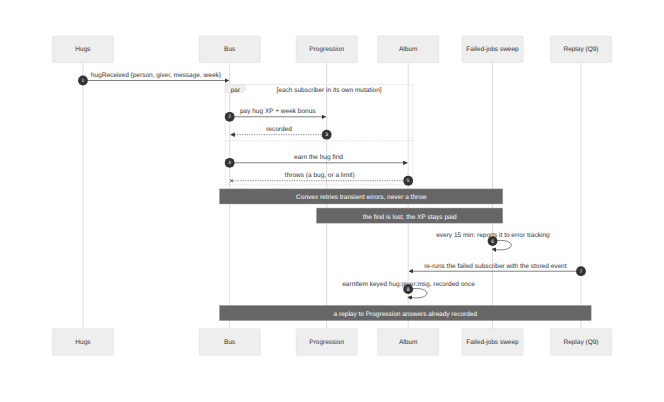
Above: docs/architecture/hugs-hook/failure.png in Silthus/kudos (Mermaid), before the change. Its source is kept beside it as docs/architecture/hugs-hook/failure.mmd. Its diagram source:
```mermaid
sequenceDiagram
  autonumber
  participant H as Hugs
  participant B as Bus
  participant P as Progression
  participant A as Album
  participant X as Failed-jobs sweep
  participant R as Replay (Q9)
  H->>B: hugReceived {person, giver, message, week}
  par each subscriber in its own mutation
    B->>P: pay hug XP + week bonus
    P-->>B: recorded
  and
    B->>A: earn the hug find
    A--xB: throws (a bug, or a limit)
  end
  Note over B,X: Convex retries transient errors, never a throw
  Note over P,X: the find is lost, the XP stays paid
  X->>X: every 15 min: reports it to error tracking
  R->>A: re-runs the failed subscriber with the stored event
  A->>A: earnItem keyed hug:giver:msg, recorded once
  Note over B,R: a replay to Progression answers already recorded
```
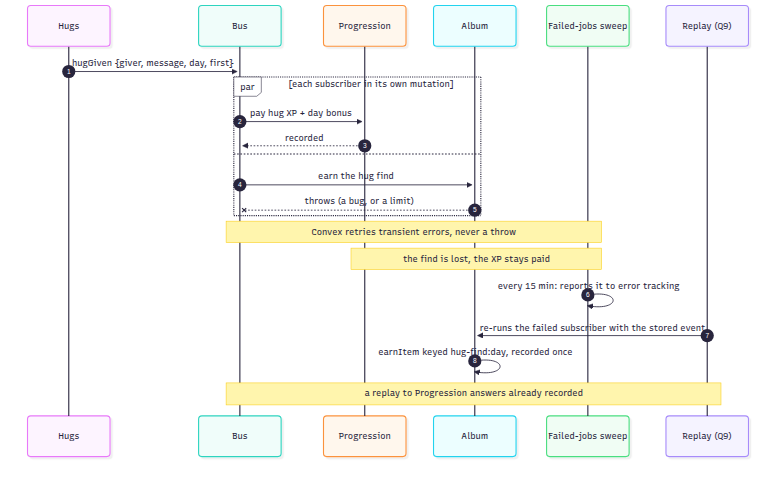
After the commit.

Change to the diagram source:
```diff
@@ -6,9 +6,9 @@
   participant A as Album
   participant X as Failed-jobs sweep
   participant R as Replay (Q9)
-  H->>B: hugReceived {person, giver, message, week}
+  H->>B: hugGiven {giver, message, day, first}
   par each subscriber in its own mutation
-    B->>P: pay hug XP + week bonus
+    B->>P: pay hug XP + day bonus
     P-->>B: recorded
   and
     B->>A: earn the hug find
@@ -18,5 +18,5 @@
   Note over P,X: the find is lost, the XP stays paid
   X->>X: every 15 min: reports it to error tracking
   R->>A: re-runs the failed subscriber with the stored event
-  A->>A: earnItem keyed hug:giver:msg, recorded once
+  A->>A: earnItem keyed hug-find:day, recorded once
   Note over B,R: a replay to Progression answers already recorded
```
